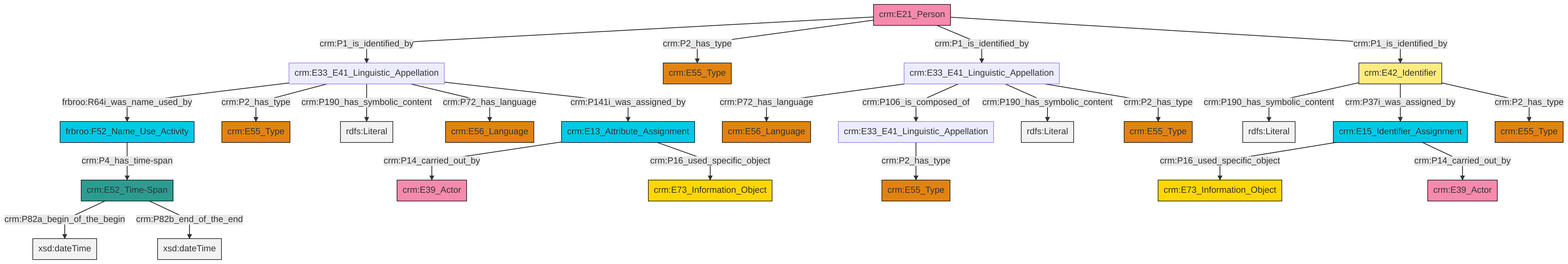
The Mermaid diagram et/personCSV/ttl/mmd/png/Person_Names_and_Classification.png in swiss-art-research-net/docs.swissartresearch, before a commit. Its source is kept beside it as et/personCSV/ttl/mmd/Person_Names_and_Classification.ttl.mmd.
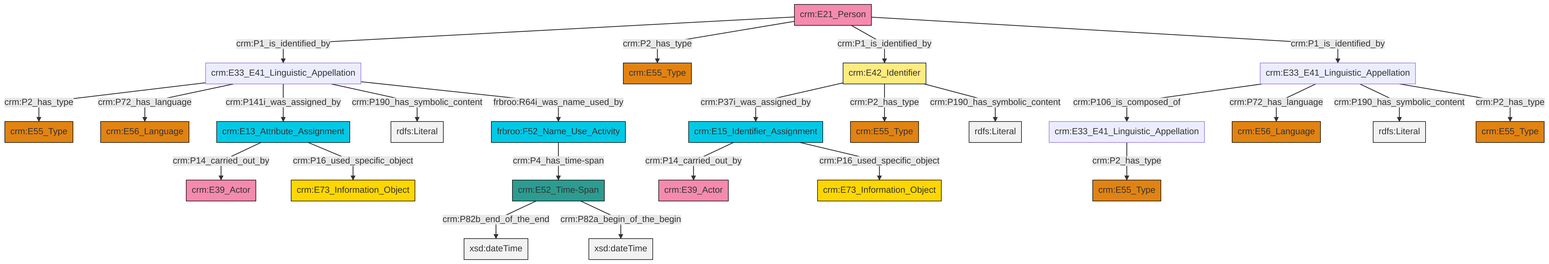
The same diagram one commit later.

Change to the diagram source:
```diff
@@ -13,27 +13,27 @@
 classDef PC_Classes fill:#4ce600, stroke:#000000;
 classDef Multi fill:#cccccc,stroke:#000000;
 
-4["crm:E33_E41_Linguistic_Appellation"]:::Default -->|crm:P72_has_language| 5["crm:E56_Language"]:::Type
-14["crm:E33_E41_Linguistic_Appellation"]:::Default -->|frbroo:R64i_was_name_used_by| 15["frbroo:F52_Name_Use_Activity"]:::Temporal_Entity
-0["crm:E21_Person"]:::Actor -->|crm:P1_is_identified_by| 14["crm:E33_E41_Linguistic_Appellation"]:::Default
-14["crm:E33_E41_Linguistic_Appellation"]:::Default -->|crm:P2_has_type| 20["crm:E55_Type"]:::Type
-0["crm:E21_Person"]:::Actor -->|crm:P2_has_type| 21["crm:E55_Type"]:::Type
-12["crm:E42_Identifier"]:::Appellation -->|crm:P190_has_symbolic_content| 22[rdfs:Literal]:::Literal
-4["crm:E33_E41_Linguistic_Appellation"]:::Default -->|crm:P106_is_composed_of| 6["crm:E33_E41_Linguistic_Appellation"]:::Default
-10["crm:E15_Identifier_Assignment"]:::Temporal_Entity -->|crm:P16_used_specific_object| 18["crm:E73_Information_Object"]:::Conceptual_Object
-26["crm:E13_Attribute_Assignment"]:::Temporal_Entity -->|crm:P14_carried_out_by| 2["crm:E39_Actor"]:::Actor
-12["crm:E42_Identifier"]:::Appellation -->|crm:P37i_was_assigned_by| 10["crm:E15_Identifier_Assignment"]:::Temporal_Entity
-6["crm:E33_E41_Linguistic_Appellation"]:::Default -->|crm:P2_has_type| 28["crm:E55_Type"]:::Type
-4["crm:E33_E41_Linguistic_Appellation"]:::Default -->|crm:P190_has_symbolic_content| 29[rdfs:Literal]:::Literal
-15["frbroo:F52_Name_Use_Activity"]:::Temporal_Entity -->|crm:P4_has_time-span| 31["crm:E52_Time-Span"]:::Time-Span
-4["crm:E33_E41_Linguistic_Appellation"]:::Default -->|crm:P2_has_type| 8["crm:E55_Type"]:::Type
-26["crm:E13_Attribute_Assignment"]:::Temporal_Entity -->|crm:P16_used_specific_object| 16["crm:E73_Information_Object"]:::Conceptual_Object
-10["crm:E15_Identifier_Assignment"]:::Temporal_Entity -->|crm:P14_carried_out_by| 23["crm:E39_Actor"]:::Actor
-0["crm:E21_Person"]:::Actor -->|crm:P1_is_identified_by| 4["crm:E33_E41_Linguistic_Appellation"]:::Default
-0["crm:E21_Person"]:::Actor -->|crm:P1_is_identified_by| 12["crm:E42_Identifier"]:::Appellation
-12["crm:E42_Identifier"]:::Appellation -->|crm:P2_has_type| 33["crm:E55_Type"]:::Type
-31["crm:E52_Time-Span"]:::Time-Span -->|crm:P82a_begin_of_the_begin| 40[xsd:dateTime]:::Literal
-14["crm:E33_E41_Linguistic_Appellation"]:::Default -->|crm:P190_has_symbolic_content| 43[rdfs:Literal]:::Literal
-14["crm:E33_E41_Linguistic_Appellation"]:::Default -->|crm:P72_has_language| 41["crm:E56_Language"]:::Type
-14["crm:E33_E41_Linguistic_Appellation"]:::Default -->|crm:P141i_was_assigned_by| 26["crm:E13_Attribute_Assignment"]:::Temporal_Entity
-31["crm:E52_Time-Span"]:::Time-Span -->|crm:P82b_end_of_the_end| 45[xsd:dateTime]:::Literal
+4["crm:E33_E41_Linguistic_Appellation"]:::Default -->|crm:P2_has_type| 5["crm:E55_Type"]:::Type
+6["crm:E33_E41_Linguistic_Appellation"]:::Default -->|crm:P106_is_composed_of| 8["crm:E33_E41_Linguistic_Appellation"]:::Default
+13["crm:E21_Person"]:::Actor -->|crm:P1_is_identified_by| 4["crm:E33_E41_Linguistic_Appellation"]:::Default
+6["crm:E33_E41_Linguistic_Appellation"]:::Default -->|crm:P72_has_language| 14["crm:E56_Language"]:::Type
+13["crm:E21_Person"]:::Actor -->|crm:P2_has_type| 9["crm:E55_Type"]:::Type
+6["crm:E33_E41_Linguistic_Appellation"]:::Default -->|crm:P190_has_symbolic_content| 15[rdfs:Literal]:::Literal
+16["crm:E42_Identifier"]:::Appellation -->|crm:P37i_was_assigned_by| 11["crm:E15_Identifier_Assignment"]:::Temporal_Entity
+17["crm:E52_Time-Span"]:::Time-Span -->|crm:P82b_end_of_the_end| 18[xsd:dateTime]:::Literal
+11["crm:E15_Identifier_Assignment"]:::Temporal_Entity -->|crm:P14_carried_out_by| 19["crm:E39_Actor"]:::Actor
+4["crm:E33_E41_Linguistic_Appellation"]:::Default -->|crm:P72_has_language| 20["crm:E56_Language"]:::Type
+4["crm:E33_E41_Linguistic_Appellation"]:::Default -->|crm:P141i_was_assigned_by| 23["crm:E13_Attribute_Assignment"]:::Temporal_Entity
+4["crm:E33_E41_Linguistic_Appellation"]:::Default -->|crm:P190_has_symbolic_content| 24[rdfs:Literal]:::Literal
+16["crm:E42_Identifier"]:::Appellation -->|crm:P2_has_type| 21["crm:E55_Type"]:::Type
+17["crm:E52_Time-Span"]:::Time-Span -->|crm:P82a_begin_of_the_begin| 25[xsd:dateTime]:::Literal
+11["crm:E15_Identifier_Assignment"]:::Temporal_Entity -->|crm:P16_used_specific_object| 26["crm:E73_Information_Object"]:::Conceptual_Object
+23["crm:E13_Attribute_Assignment"]:::Temporal_Entity -->|crm:P14_carried_out_by| 2["crm:E39_Actor"]:::Actor
+6["crm:E33_E41_Linguistic_Appellation"]:::Default -->|crm:P2_has_type| 0["crm:E55_Type"]:::Type
+13["crm:E21_Person"]:::Actor -->|crm:P1_is_identified_by| 16["crm:E42_Identifier"]:::Appellation
+8["crm:E33_E41_Linguistic_Appellation"]:::Default -->|crm:P2_has_type| 30["crm:E55_Type"]:::Type
+23["crm:E13_Attribute_Assignment"]:::Temporal_Entity -->|crm:P16_used_specific_object| 33["crm:E73_Information_Object"]:::Conceptual_Object
+4["crm:E33_E41_Linguistic_Appellation"]:::Default -->|frbroo:R64i_was_name_used_by| 28["frbroo:F52_Name_Use_Activity"]:::Temporal_Entity
+13["crm:E21_Person"]:::Actor -->|crm:P1_is_identified_by| 6["crm:E33_E41_Linguistic_Appellation"]:::Default
+16["crm:E42_Identifier"]:::Appellation -->|crm:P190_has_symbolic_content| 43[rdfs:Literal]:::Literal
+28["frbroo:F52_Name_Use_Activity"]:::Temporal_Entity -->|crm:P4_has_time-span| 17["crm:E52_Time-Span"]:::Time-Span
```
